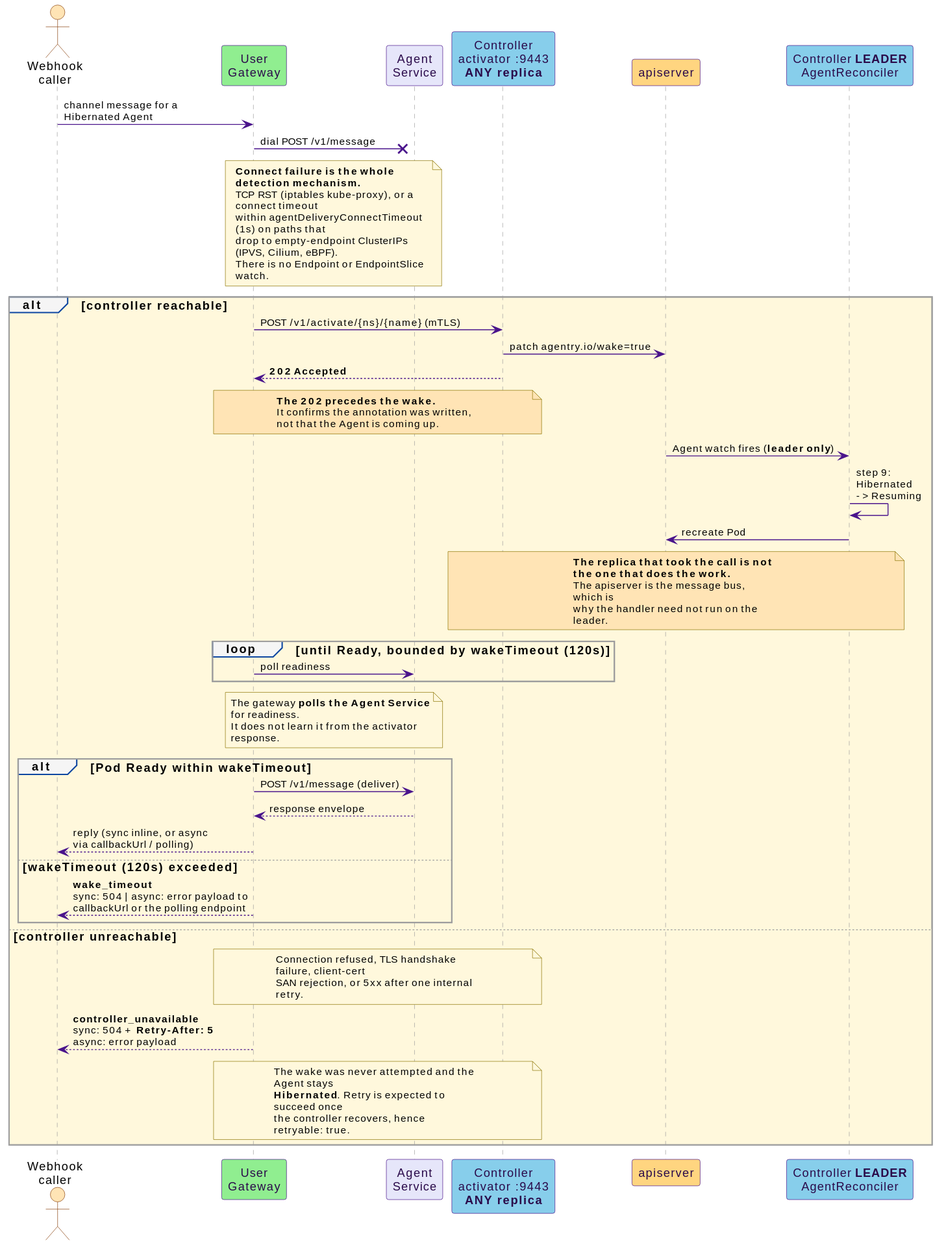
The PlantUML diagram docs/src/diagrams/wake-sequence.svg in win07xp/kaalm, before a commit. The source it was exported from:
```plantuml
@startuml
!include _style.puml

actor "Webhook\ncaller" as caller
participant "User\nGateway" as gw #90EE90
participant "Agent\nService" as agent
participant "Controller\nactivator :9443\n**ANY replica**" as ctrl #87CEEB
participant "apiserver" as api #FFD580
participant "Controller **LEADER**\nAgentReconciler" as leader #87CEEB

caller -> gw : channel message for a\nHibernated Agent
gw ->x agent : dial POST /v1/message
note over gw, agent
  **Connect failure is the whole detection mechanism.**
  TCP RST (iptables kube-proxy), or a connect timeout
  within agentDeliveryConnectTimeout (1s) on paths that
  drop to empty-endpoint ClusterIPs (IPVS, Cilium, eBPF).
  There is no Endpoint or EndpointSlice watch.
end note

alt #FFF8DC controller reachable
  gw -> ctrl : POST /v1/activate/{ns}/{name} (mTLS)
  ctrl -> api : patch agentry.io/wake=true
  ctrl --> gw : **202 Accepted**

  note over gw, ctrl #FFE4B5
    **The 202 precedes the wake.**
    It confirms the annotation was written,
    not that the Agent is coming up.
  end note

  api -> leader : Agent watch fires (**leader only**)
  leader -> leader : step 9:\nHibernated\n-> Resuming
  leader -> api : recreate Pod

  note over ctrl, leader #FFE4B5
    **The replica that took the call is not**
    **the one that does the work.**
    The apiserver is the message bus, which is
    why the handler need not run on the leader.
  end note

  loop until Ready, bounded by wakeTimeout (120s)
    gw -> agent : poll readiness
  end
  note over gw, agent
    The gateway **polls the Agent Service** for readiness.
    It does not learn it from the activator response.
  end note

  alt Pod Ready within wakeTimeout
    gw -> agent : POST /v1/message (deliver)
    agent --> gw : response envelope
    gw --> caller : reply (sync inline, or async\nvia callbackUrl / polling)
  else wakeTimeout (120s) exceeded
    gw --> caller : **wake_timeout**\nsync: 504 | async: error payload to\ncallbackUrl or the polling endpoint
  end

else controller unreachable
  note over gw, ctrl
    Connection refused, TLS handshake failure, client-cert
    SAN rejection, or 5xx after one internal retry.
  end note
  gw --> caller : **controller_unavailable**\nsync: 504 + **Retry-After: 5**\nasync: error payload
  note over gw, ctrl
    The wake was never attempted and the Agent stays
    **Hibernated**. Retry is expected to succeed once
    the controller recovers, hence retryable: true.
  end note
end
@enduml
```
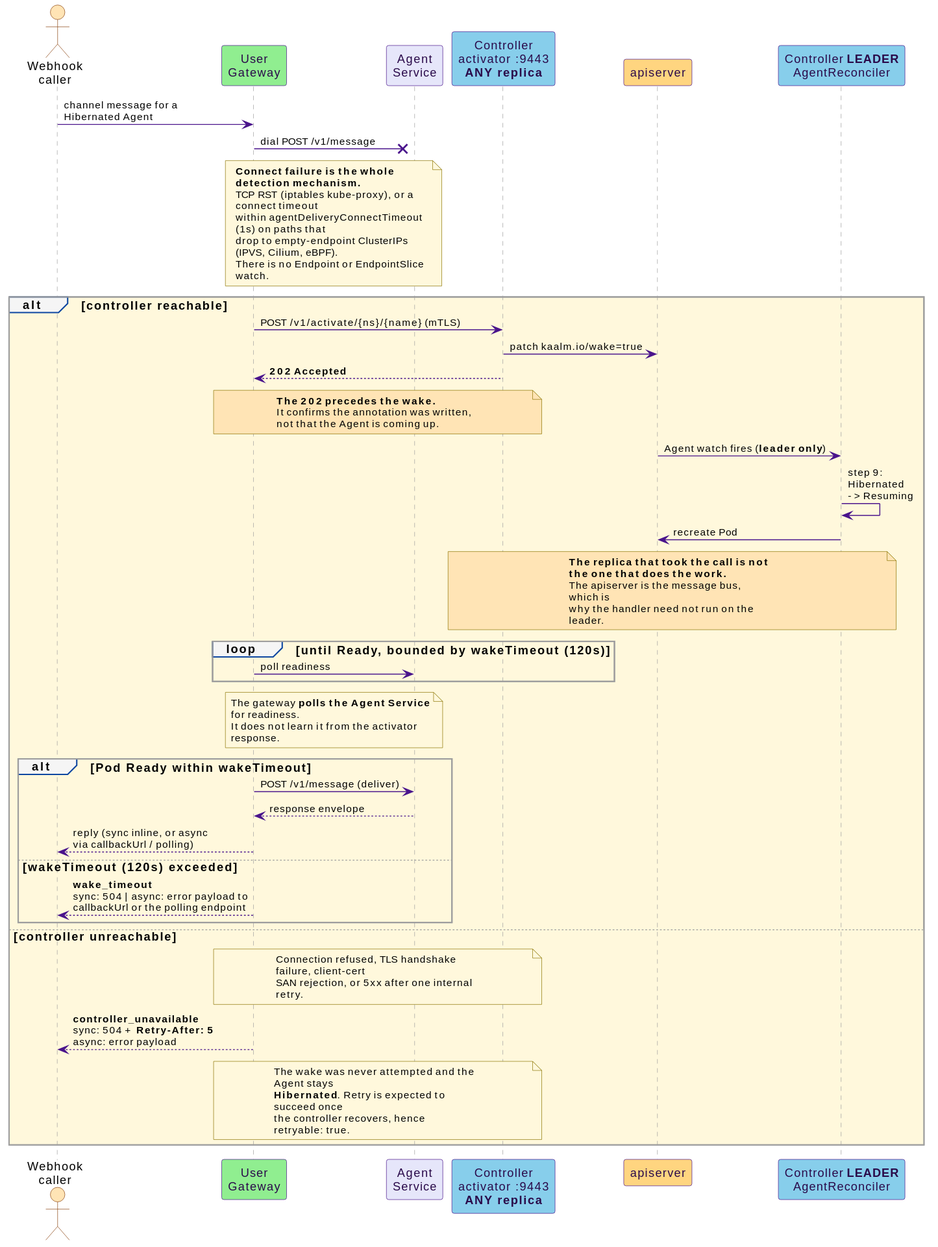
Above is the later version.

Diff of the diagram source:
```diff
@@ -20,7 +20,7 @@
 
 alt #FFF8DC controller reachable
   gw -> ctrl : POST /v1/activate/{ns}/{name} (mTLS)
-  ctrl -> api : patch agentry.io/wake=true
+  ctrl -> api : patch kaalm.io/wake=true
   ctrl --> gw : **202 Accepted**
 
   note over gw, ctrl #FFE4B5
```
